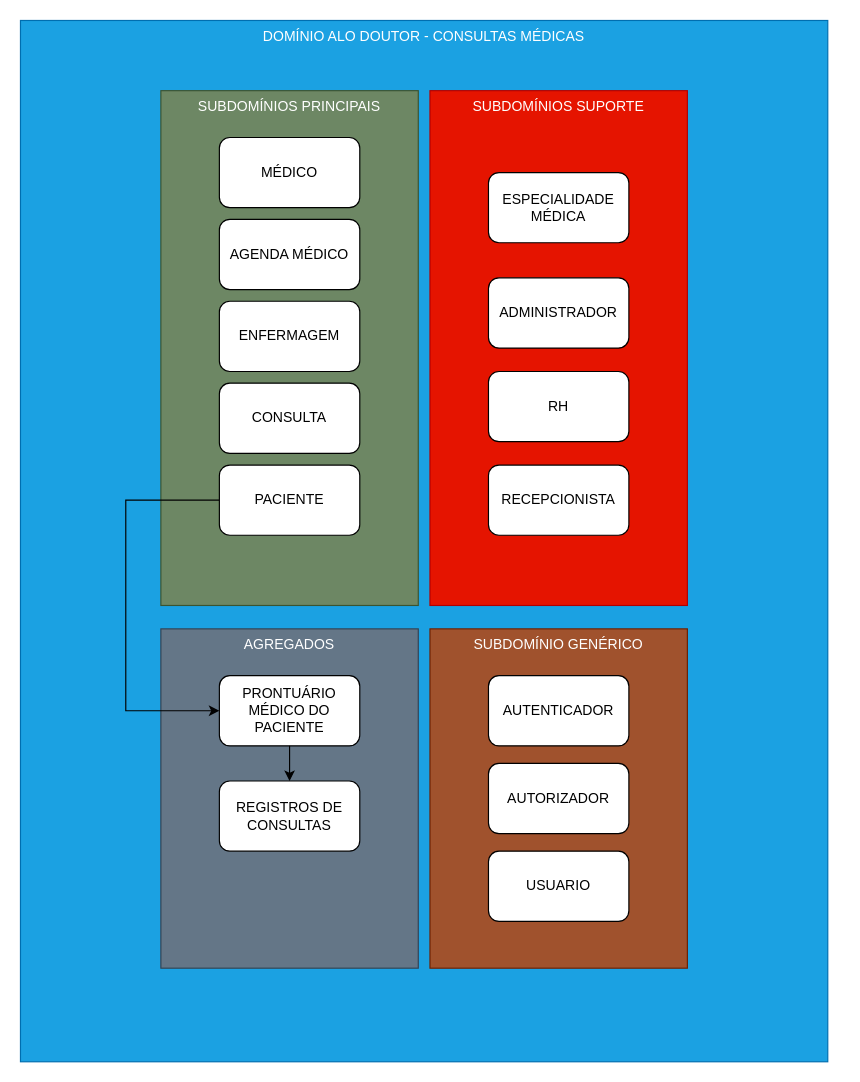
This is page "DOMINIOS" (1 of 2) of documentacao/ddd/dddAloDoutor.drawio from fbiopereira/AloDoutor, a draw.io file, before an edit. Source tidied: cells renumbered, new cells numbered last; positions are measured from the earlier drawing's top-left corner, leaving out a move shared by most shapes. Both pictures are drawn from the tidied source at 117%, with x=0, y=0 at pixel (20, 20).
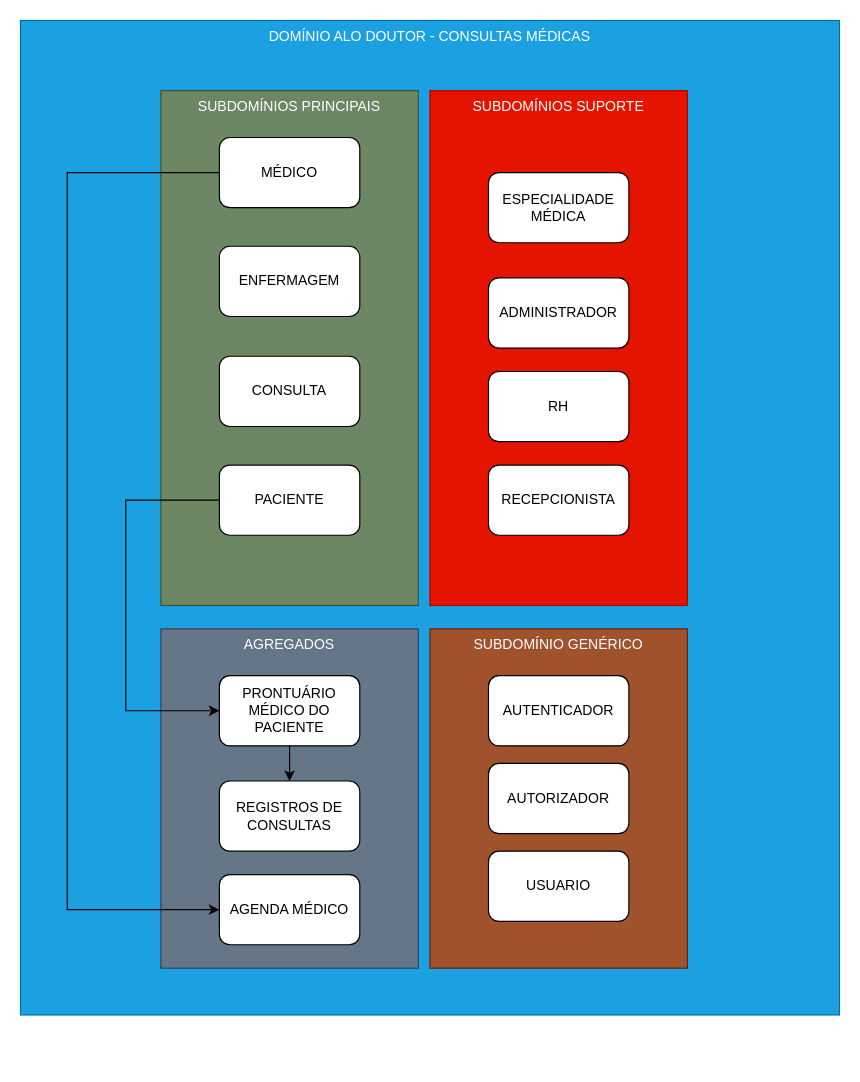
The same diagram, later.

The change refers to these unchanged cells:
```xml
<mxCell id="6" value="MÉDICO" style="rounded=1;whiteSpace=wrap;html=1;" parent="1" vertex="1">
  <mxGeometry x="170" y="100" width="120" height="60" as="geometry" />
</mxCell>
```

The edit, as a diff of the source:
```diff
@@
     <mxCell id="2" value="DOMÍNIO ALO DOUTOR - CONSULTAS MÉDICAS" style="rounded=0;whiteSpace=wrap;html=1;verticalAlign=top;fillColor=#1ba1e2;strokeColor=#006EAF;fontColor=#ffffff;" parent="1" vertex="1">
-      <mxGeometry width="690" height="890" as="geometry" />
+      <mxGeometry width="700" height="850" as="geometry" />
     </mxCell>
@@
+    <mxCell id="23" style="edgeStyle=orthogonalEdgeStyle;rounded=0;jettySize=auto;html=1;exitX=0;exitY=0.5;exitDx=0;exitDy=0;entryX=0;entryY=0.5;entryDx=0;entryDy=0;" parent="1" edge="1" source="6" target="13">
+      <mxGeometry relative="1" as="geometry">
+        <Array as="points">
+          <mxPoint x="40" y="130" />
+          <mxPoint x="40" y="760" />
+        </Array>
+      </mxGeometry>
+    </mxCell>
@@
     <mxCell id="11" value="ENFERMAGEM" style="rounded=1;whiteSpace=wrap;html=1;" parent="1" vertex="1">
-      <mxGeometry x="170" y="240" width="120" height="60" as="geometry" />
+      <mxGeometry x="170" y="193" width="120" height="60" as="geometry" />
     </mxCell>
@@
     <mxCell id="13" value="AGENDA MÉDICO" style="rounded=1;whiteSpace=wrap;html=1;" parent="1" vertex="1">
-      <mxGeometry x="170" y="170" width="120" height="60" as="geometry" />
+      <mxGeometry x="170" y="730" width="120" height="60" as="geometry" />
     </mxCell>
     <mxCell id="14" value="CONSULTA" style="rounded=1;whiteSpace=wrap;html=1;" parent="1" vertex="1">
-      <mxGeometry x="170" y="310" width="120" height="60" as="geometry" />
+      <mxGeometry x="170" y="287" width="120" height="60" as="geometry" />
     </mxCell>
```
